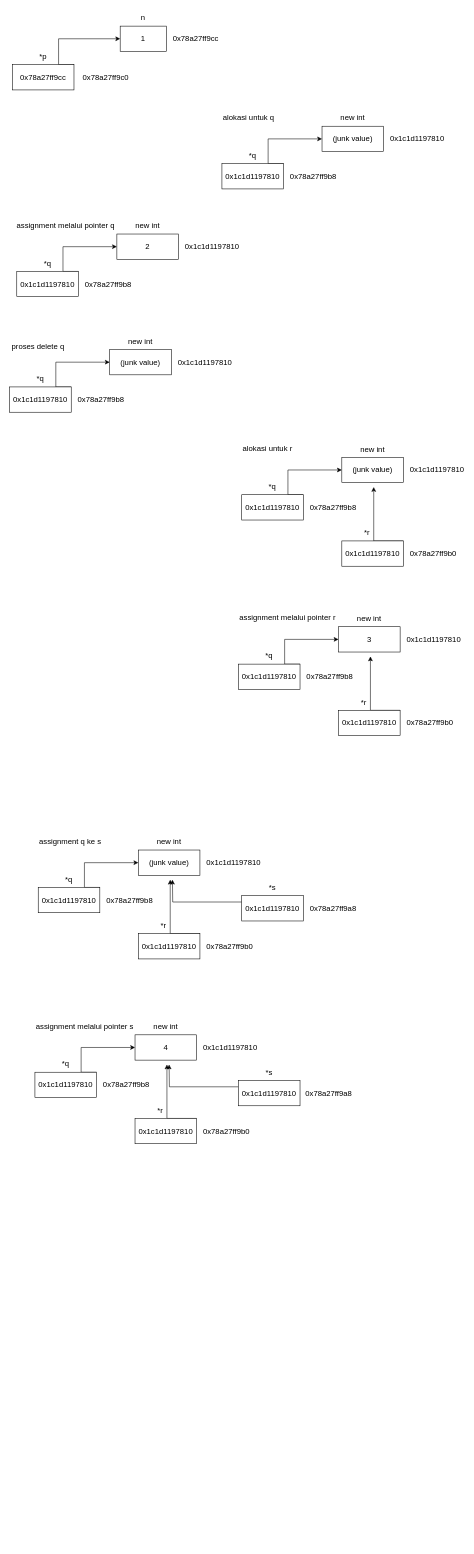
Above: tugas-011/Pointer.drawio in HarisHerdiansyah/tugas-alprog (draw.io), before the change. Source tidied: cells renumbered, new cells numbered last; positions are measured from the earlier drawing's top-left corner, leaving out a move shared by most shapes. Both pictures are drawn from the tidied source at 55%, with x=0, y=0 at pixel (9, 9).
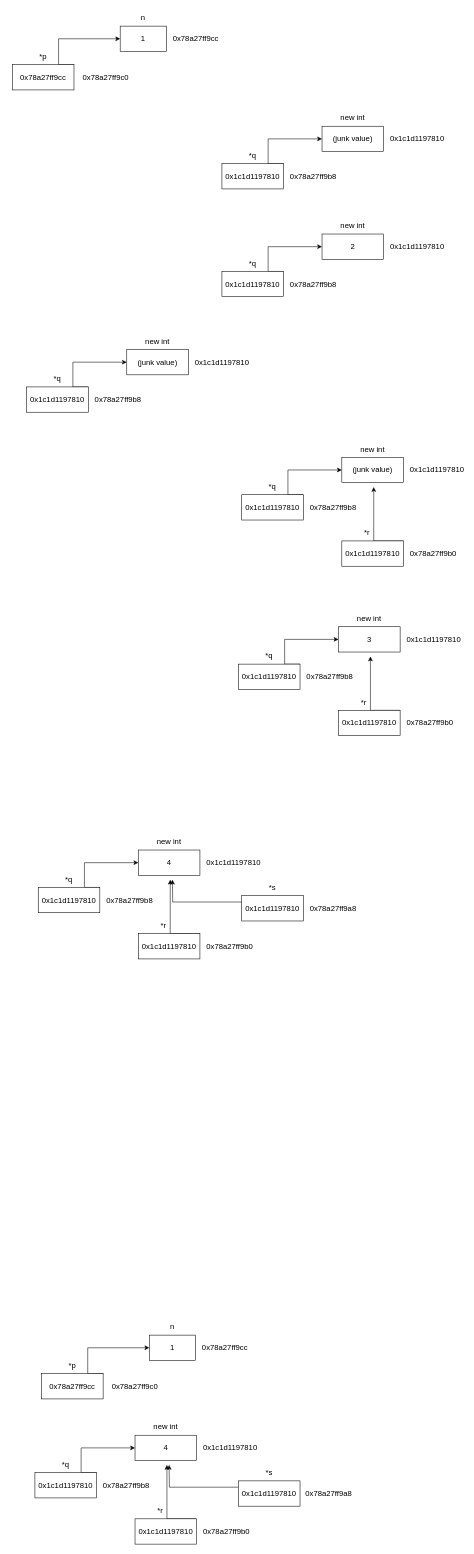
Above is the later version.

Diff of the diagram source:
```diff
@@
-    <mxCell id="11" value="&lt;span style=&quot;font-size: 14px;&quot;&gt;alokasi untuk q&lt;/span&gt;" style="text;html=1;align=left;verticalAlign=middle;strokeColor=none;fillColor=none;" parent="1" vertex="1">
-      <mxGeometry x="386" y="182" width="126" height="28" as="geometry" />
-    </mxCell>
@@
-    <mxCell id="21" value="&lt;span style=&quot;font-size: 14px;&quot;&gt;assignment melalui pointer q&lt;/span&gt;" style="text;html=1;align=left;verticalAlign=middle;strokeColor=none;fillColor=none;" parent="1" vertex="1">
-      <mxGeometry x="11" y="378" width="210" height="28" as="geometry" />
-    </mxCell>
     <mxCell id="22" style="rounded=0;whiteSpace=wrap;html=1;fontSize=14;" parent="1" vertex="1">
-      <mxGeometry x="195" y="408" width="112" height="46" as="geometry" />
+      <mxGeometry x="568" y="408" width="112" height="46" as="geometry" />
     </mxCell>
     <mxCell id="23" value="&lt;div style=&quot;text-align: left;&quot;&gt;&lt;span style=&quot;background-color: initial; font-size: 14px;&quot;&gt;2&lt;/span&gt;&lt;/div&gt;" style="text;html=1;align=center;verticalAlign=middle;whiteSpace=wrap;rounded=0;" parent="1" vertex="1">
-      <mxGeometry x="201" y="416" width="100" height="30" as="geometry" />
+      <mxGeometry x="574" y="416" width="100" height="30" as="geometry" />
     </mxCell>
     <mxCell id="24" value="&lt;span style=&quot;font-size: 14px;&quot;&gt;new int&lt;/span&gt;" style="text;html=1;align=center;verticalAlign=middle;whiteSpace=wrap;rounded=0;" parent="1" vertex="1">
-      <mxGeometry x="221" y="378" width="60" height="30" as="geometry" />
+      <mxGeometry x="594" y="378" width="60" height="30" as="geometry" />
     </mxCell>
     <mxCell id="25" value="&lt;span style=&quot;font-size: 14px;&quot;&gt;0x1c1d1197810&lt;/span&gt;" style="text;html=1;align=left;verticalAlign=middle;whiteSpace=wrap;rounded=0;" parent="1" vertex="1">
-      <mxGeometry x="317" y="416" width="88" height="30" as="geometry" />
+      <mxGeometry x="690" y="416" width="88" height="30" as="geometry" />
     </mxCell>
     <mxCell id="26" style="edgeStyle=orthogonalEdgeStyle;rounded=0;jettySize=auto;html=1;exitX=1;exitY=0;exitDx=0;exitDy=0;entryX=0;entryY=0.5;entryDx=0;entryDy=0;" parent="1" edge="1" source="27" target="22">
       <mxGeometry relative="1" as="geometry">
         <Array as="points">
-          <mxPoint x="97" y="476" />
-          <mxPoint x="97" y="431" />
+          <mxPoint x="470" y="476" />
+          <mxPoint x="470" y="431" />
         </Array>
       </mxGeometry>
     </mxCell>
     <mxCell id="27" style="rounded=0;whiteSpace=wrap;html=1;fontSize=14;" parent="1" vertex="1">
-      <mxGeometry x="13" y="476" width="112" height="46" as="geometry" />
+      <mxGeometry x="386" y="476" width="112" height="46" as="geometry" />
     </mxCell>
     <mxCell id="28" value="&lt;div style=&quot;text-align: left;&quot;&gt;&lt;span style=&quot;font-size: 14px;&quot;&gt;0x1c1d1197810&lt;/span&gt;&lt;/div&gt;" style="text;html=1;align=center;verticalAlign=middle;whiteSpace=wrap;rounded=0;" parent="1" vertex="1">
-      <mxGeometry x="19" y="484" width="100" height="30" as="geometry" />
+      <mxGeometry x="392" y="484" width="100" height="30" as="geometry" />
     </mxCell>
     <mxCell id="29" value="&lt;span style=&quot;font-size: 14px;&quot;&gt;*q&lt;/span&gt;" style="text;html=1;align=center;verticalAlign=middle;whiteSpace=wrap;rounded=0;" parent="1" vertex="1">
-      <mxGeometry x="39" y="446" width="60" height="30" as="geometry" />
+      <mxGeometry x="412" y="446" width="60" height="30" as="geometry" />
     </mxCell>
     <mxCell id="30" value="&lt;span style=&quot;font-size: 14px;&quot;&gt;0x78a27ff9b8&lt;/span&gt;" style="text;html=1;align=left;verticalAlign=middle;whiteSpace=wrap;rounded=0;" parent="1" vertex="1">
-      <mxGeometry x="135" y="484" width="88" height="30" as="geometry" />
+      <mxGeometry x="508" y="484" width="88" height="30" as="geometry" />
     </mxCell>
-    <mxCell id="31" value="&lt;span style=&quot;font-size: 14px;&quot;&gt;proses delete q&lt;/span&gt;" style="text;html=1;align=left;verticalAlign=middle;strokeColor=none;fillColor=none;" parent="1" vertex="1">
-      <mxGeometry x="2" y="598" width="126" height="28" as="geometry" />
-    </mxCell>
     <mxCell id="32" style="rounded=0;whiteSpace=wrap;html=1;fontSize=14;" parent="1" vertex="1">
-      <mxGeometry x="182" y="618" width="112" height="46" as="geometry" />
+      <mxGeometry x="213" y="618" width="112" height="46" as="geometry" />
     </mxCell>
     <mxCell id="33" value="&lt;div style=&quot;text-align: left;&quot;&gt;&lt;span style=&quot;font-size: 14px;&quot;&gt;(junk value)&lt;/span&gt;&lt;/div&gt;" style="text;html=1;align=center;verticalAlign=middle;whiteSpace=wrap;rounded=0;" parent="1" vertex="1">
-      <mxGeometry x="188" y="626" width="100" height="30" as="geometry" />
+      <mxGeometry x="219" y="626" width="100" height="30" as="geometry" />
     </mxCell>
     <mxCell id="34" value="&lt;span style=&quot;font-size: 14px;&quot;&gt;new int&lt;/span&gt;" style="text;html=1;align=center;verticalAlign=middle;whiteSpace=wrap;rounded=0;" parent="1" vertex="1">
-      <mxGeometry x="208" y="588" width="60" height="30" as="geometry" />
+      <mxGeometry x="239" y="588" width="60" height="30" as="geometry" />
     </mxCell>
     <mxCell id="35" value="&lt;span style=&quot;font-size: 14px;&quot;&gt;0x1c1d1197810&lt;/span&gt;" style="text;html=1;align=left;verticalAlign=middle;whiteSpace=wrap;rounded=0;" parent="1" vertex="1">
-      <mxGeometry x="304" y="626" width="88" height="30" as="geometry" />
+      <mxGeometry x="335" y="626" width="88" height="30" as="geometry" />
     </mxCell>
     <mxCell id="36" style="edgeStyle=orthogonalEdgeStyle;rounded=0;jettySize=auto;html=1;exitX=1;exitY=0;exitDx=0;exitDy=0;entryX=0;entryY=0.5;entryDx=0;entryDy=0;" parent="1" edge="1" source="37" target="32">
       <mxGeometry relative="1" as="geometry">
         <Array as="points">
-          <mxPoint x="84" y="686" />
-          <mxPoint x="84" y="641" />
+          <mxPoint x="115" y="686" />
+          <mxPoint x="115" y="641" />
         </Array>
       </mxGeometry>
     </mxCell>
     <mxCell id="37" style="rounded=0;whiteSpace=wrap;html=1;fontSize=14;" parent="1" vertex="1">
-      <mxGeometry y="686" width="112" height="46" as="geometry" />
+      <mxGeometry x="31" y="686" width="112" height="46" as="geometry" />
     </mxCell>
     <mxCell id="38" value="&lt;div style=&quot;text-align: left;&quot;&gt;&lt;span style=&quot;font-size: 14px;&quot;&gt;0x1c1d1197810&lt;/span&gt;&lt;/div&gt;" style="text;html=1;align=center;verticalAlign=middle;whiteSpace=wrap;rounded=0;" parent="1" vertex="1">
-      <mxGeometry x="6" y="694" width="100" height="30" as="geometry" />
+      <mxGeometry x="37" y="694" width="100" height="30" as="geometry" />
     </mxCell>
     <mxCell id="39" value="&lt;span style=&quot;font-size: 14px;&quot;&gt;*q&lt;/span&gt;" style="text;html=1;align=center;verticalAlign=middle;whiteSpace=wrap;rounded=0;" parent="1" vertex="1">
-      <mxGeometry x="26" y="656" width="60" height="30" as="geometry" />
+      <mxGeometry x="57" y="656" width="60" height="30" as="geometry" />
     </mxCell>
     <mxCell id="40" value="&lt;span style=&quot;font-size: 14px;&quot;&gt;0x78a27ff9b8&lt;/span&gt;" style="text;html=1;align=left;verticalAlign=middle;whiteSpace=wrap;rounded=0;" parent="1" vertex="1">
-      <mxGeometry x="122" y="694" width="88" height="30" as="geometry" />
+      <mxGeometry x="153" y="694" width="88" height="30" as="geometry" />
     </mxCell>
-    <mxCell id="41" value="&lt;span style=&quot;font-size: 14px;&quot;&gt;alokasi untuk r&lt;/span&gt;" style="text;html=1;align=left;verticalAlign=middle;strokeColor=none;fillColor=none;" parent="1" vertex="1">
-      <mxGeometry x="422" y="784" width="126" height="28" as="geometry" />
-    </mxCell>
@@
-    <mxCell id="56" value="&lt;span style=&quot;font-size: 14px;&quot;&gt;assignment melalui pointer r&lt;/span&gt;" style="text;html=1;align=left;verticalAlign=middle;strokeColor=none;fillColor=none;" parent="1" vertex="1">
-      <mxGeometry x="416" y="1092" width="210" height="28" as="geometry" />
-    </mxCell>
@@
-    <mxCell id="71" value="&lt;span style=&quot;font-size: 14px;&quot;&gt;assignment q ke s&lt;/span&gt;" style="text;html=1;align=left;verticalAlign=middle;strokeColor=none;fillColor=none;" parent="1" vertex="1">
-      <mxGeometry x="52" y="1498" width="140" height="28" as="geometry" />
-    </mxCell>
@@
-    <mxCell id="73" value="&lt;div style=&quot;text-align: left;&quot;&gt;&lt;span style=&quot;background-color: initial; font-size: 14px;&quot;&gt;(junk value)&lt;/span&gt;&lt;/div&gt;" style="text;html=1;align=center;verticalAlign=middle;whiteSpace=wrap;rounded=0;" parent="1" vertex="1">
+    <mxCell id="73" value="&lt;div style=&quot;text-align: left;&quot;&gt;&lt;span style=&quot;background-color: initial; font-size: 14px;&quot;&gt;4&lt;/span&gt;&lt;/div&gt;" style="text;html=1;align=center;verticalAlign=middle;whiteSpace=wrap;rounded=0;" parent="1" vertex="1">
       <mxGeometry x="240" y="1536" width="100" height="30" as="geometry" />
     </mxCell>
@@
-    <mxCell id="91" value="&lt;span style=&quot;font-size: 14px;&quot;&gt;assignment melalui pointer s&lt;/span&gt;" style="text;html=1;align=left;verticalAlign=middle;strokeColor=none;fillColor=none;" parent="1" vertex="1">
-      <mxGeometry x="46" y="1834" width="210" height="28" as="geometry" />
-    </mxCell>
     <mxCell id="92" style="rounded=0;whiteSpace=wrap;html=1;fontSize=14;" parent="1" vertex="1">
-      <mxGeometry x="228" y="1864" width="112" height="46" as="geometry" />
+      <mxGeometry x="228" y="2592" width="112" height="46" as="geometry" />
     </mxCell>
     <mxCell id="93" value="&lt;div style=&quot;text-align: left;&quot;&gt;&lt;span style=&quot;background-color: initial; font-size: 14px;&quot;&gt;4&lt;/span&gt;&lt;/div&gt;" style="text;html=1;align=center;verticalAlign=middle;whiteSpace=wrap;rounded=0;" parent="1" vertex="1">
-      <mxGeometry x="234" y="1872" width="100" height="30" as="geometry" />
+      <mxGeometry x="234" y="2600" width="100" height="30" as="geometry" />
     </mxCell>
     <mxCell id="94" value="&lt;span style=&quot;font-size: 14px;&quot;&gt;new int&lt;/span&gt;" style="text;html=1;align=center;verticalAlign=middle;whiteSpace=wrap;rounded=0;" parent="1" vertex="1">
-      <mxGeometry x="254" y="1834" width="60" height="30" as="geometry" />
+      <mxGeometry x="254" y="2562" width="60" height="30" as="geometry" />
     </mxCell>
     <mxCell id="95" value="&lt;span style=&quot;font-size: 14px;&quot;&gt;0x1c1d1197810&lt;/span&gt;" style="text;html=1;align=left;verticalAlign=middle;whiteSpace=wrap;rounded=0;" parent="1" vertex="1">
-      <mxGeometry x="350" y="1872" width="88" height="30" as="geometry" />
+      <mxGeometry x="350" y="2600" width="88" height="30" as="geometry" />
     </mxCell>
     <mxCell id="96" style="edgeStyle=orthogonalEdgeStyle;rounded=0;jettySize=auto;html=1;exitX=1;exitY=0;exitDx=0;exitDy=0;entryX=0;entryY=0.5;entryDx=0;entryDy=0;" parent="1" edge="1" source="97" target="92">
       <mxGeometry relative="1" as="geometry">
         <Array as="points">
-          <mxPoint x="130" y="1932" />
-          <mxPoint x="130" y="1887" />
+          <mxPoint x="130" y="2660" />
+          <mxPoint x="130" y="2615" />
         </Array>
       </mxGeometry>
     </mxCell>
     <mxCell id="97" style="rounded=0;whiteSpace=wrap;html=1;fontSize=14;" parent="1" vertex="1">
-      <mxGeometry x="46" y="1932" width="112" height="46" as="geometry" />
+      <mxGeometry x="46" y="2660" width="112" height="46" as="geometry" />
     </mxCell>
     <mxCell id="98" value="&lt;div style=&quot;text-align: left;&quot;&gt;&lt;span style=&quot;font-size: 14px;&quot;&gt;0x1c1d1197810&lt;/span&gt;&lt;/div&gt;" style="text;html=1;align=center;verticalAlign=middle;whiteSpace=wrap;rounded=0;" parent="1" vertex="1">
-      <mxGeometry x="52" y="1940" width="100" height="30" as="geometry" />
+      <mxGeometry x="52" y="2668" width="100" height="30" as="geometry" />
     </mxCell>
     <mxCell id="99" value="&lt;span style=&quot;font-size: 14px;&quot;&gt;*q&lt;/span&gt;" style="text;html=1;align=center;verticalAlign=middle;whiteSpace=wrap;rounded=0;" parent="1" vertex="1">
-      <mxGeometry x="72" y="1902" width="60" height="30" as="geometry" />
+      <mxGeometry x="72" y="2630" width="60" height="30" as="geometry" />
     </mxCell>
     <mxCell id="100" value="&lt;span style=&quot;font-size: 14px;&quot;&gt;0x78a27ff9b8&lt;/span&gt;" style="text;html=1;align=left;verticalAlign=middle;whiteSpace=wrap;rounded=0;" parent="1" vertex="1">
-      <mxGeometry x="168" y="1940" width="88" height="30" as="geometry" />
+      <mxGeometry x="168" y="2668" width="88" height="30" as="geometry" />
     </mxCell>
     <mxCell id="101" style="edgeStyle=orthogonalEdgeStyle;rounded=0;jettySize=auto;html=1;exitX=1;exitY=0;exitDx=0;exitDy=0;" parent="1" edge="1" source="102">
       <mxGeometry relative="1" as="geometry">
-        <mxPoint x="286" y="1918" as="targetPoint" />
+        <mxPoint x="286" y="2646" as="targetPoint" />
         <Array as="points">
-          <mxPoint x="286" y="2016" />
+          <mxPoint x="286" y="2744" />
         </Array>
       </mxGeometry>
     </mxCell>
     <mxCell id="102" style="rounded=0;whiteSpace=wrap;html=1;fontSize=14;" parent="1" vertex="1">
-      <mxGeometry x="228" y="2016" width="112" height="46" as="geometry" />
+      <mxGeometry x="228" y="2744" width="112" height="46" as="geometry" />
     </mxCell>
     <mxCell id="103" value="&lt;div style=&quot;text-align: left;&quot;&gt;&lt;span style=&quot;font-size: 14px;&quot;&gt;0x1c1d1197810&lt;/span&gt;&lt;/div&gt;" style="text;html=1;align=center;verticalAlign=middle;whiteSpace=wrap;rounded=0;" parent="1" vertex="1">
-      <mxGeometry x="234" y="2024" width="100" height="30" as="geometry" />
+      <mxGeometry x="234" y="2752" width="100" height="30" as="geometry" />
     </mxCell>
     <mxCell id="104" value="&lt;span style=&quot;font-size: 14px;&quot;&gt;0x78a27ff9b0&lt;/span&gt;" style="text;html=1;align=left;verticalAlign=middle;whiteSpace=wrap;rounded=0;" parent="1" vertex="1">
-      <mxGeometry x="350" y="2024" width="88" height="30" as="geometry" />
+      <mxGeometry x="350" y="2752" width="88" height="30" as="geometry" />
     </mxCell>
     <mxCell id="105" value="&lt;span style=&quot;font-size: 14px;&quot;&gt;*r&lt;/span&gt;" style="text;html=1;align=center;verticalAlign=middle;whiteSpace=wrap;rounded=0;" parent="1" vertex="1">
-      <mxGeometry x="244" y="1986" width="60" height="30" as="geometry" />
+      <mxGeometry x="244" y="2714" width="60" height="30" as="geometry" />
     </mxCell>
     <mxCell id="106" style="edgeStyle=orthogonalEdgeStyle;rounded=0;jettySize=auto;html=1;exitX=0;exitY=0.25;exitDx=0;exitDy=0;" parent="1" edge="1" source="107">
       <mxGeometry relative="1" as="geometry">
-        <mxPoint x="290" y="1918" as="targetPoint" />
+        <mxPoint x="290" y="2646" as="targetPoint" />
       </mxGeometry>
     </mxCell>
     <mxCell id="107" style="rounded=0;whiteSpace=wrap;html=1;fontSize=14;" parent="1" vertex="1">
-      <mxGeometry x="416" y="1947" width="112" height="46" as="geometry" />
+      <mxGeometry x="416" y="2675" width="112" height="46" as="geometry" />
     </mxCell>
     <mxCell id="108" value="&lt;div style=&quot;text-align: left;&quot;&gt;&lt;span style=&quot;font-size: 14px;&quot;&gt;0x1c1d1197810&lt;/span&gt;&lt;/div&gt;" style="text;html=1;align=center;verticalAlign=middle;whiteSpace=wrap;rounded=0;" parent="1" vertex="1">
-      <mxGeometry x="422" y="1955" width="100" height="30" as="geometry" />
+      <mxGeometry x="422" y="2683" width="100" height="30" as="geometry" />
     </mxCell>
     <mxCell id="109" value="&lt;span style=&quot;font-size: 14px;&quot;&gt;*s&lt;/span&gt;" style="text;html=1;align=center;verticalAlign=middle;whiteSpace=wrap;rounded=0;" parent="1" vertex="1">
-      <mxGeometry x="442" y="1917" width="60" height="30" as="geometry" />
+      <mxGeometry x="442" y="2645" width="60" height="30" as="geometry" />
     </mxCell>
     <mxCell id="110" value="&lt;span style=&quot;font-size: 14px;&quot;&gt;0x78a27ff9a8&lt;/span&gt;" style="text;html=1;align=left;verticalAlign=middle;whiteSpace=wrap;rounded=0;" parent="1" vertex="1">
-      <mxGeometry x="536" y="1955" width="88" height="30" as="geometry" />
+      <mxGeometry x="536" y="2683" width="88" height="30" as="geometry" />
     </mxCell>
+    <mxCell id="111" style="rounded=0;whiteSpace=wrap;html=1;fontSize=14;" parent="1" vertex="1">
+      <mxGeometry x="254" y="2410" width="84" height="46" as="geometry" />
+    </mxCell>
+    <mxCell id="112" value="&lt;span style=&quot;font-size: 14px;&quot;&gt;n&lt;/span&gt;" style="text;html=1;align=center;verticalAlign=middle;whiteSpace=wrap;rounded=0;" parent="1" vertex="1">
+      <mxGeometry x="266" y="2380" width="60" height="30" as="geometry" />
+    </mxCell>
+    <mxCell id="113" value="&lt;span style=&quot;font-size: 14px;&quot;&gt;1&lt;/span&gt;" style="text;html=1;align=center;verticalAlign=middle;whiteSpace=wrap;rounded=0;" parent="1" vertex="1">
+      <mxGeometry x="266" y="2418" width="60" height="30" as="geometry" />
+    </mxCell>
+    <mxCell id="114" value="&lt;span style=&quot;font-size: 14px;&quot;&gt;0x78a27ff9cc&lt;/span&gt;" style="text;html=1;align=left;verticalAlign=middle;whiteSpace=wrap;rounded=0;" parent="1" vertex="1">
+      <mxGeometry x="348" y="2418" width="88" height="30" as="geometry" />
+    </mxCell>
+    <mxCell id="115" style="edgeStyle=orthogonalEdgeStyle;rounded=0;jettySize=auto;html=1;exitX=1;exitY=0;exitDx=0;exitDy=0;entryX=0;entryY=0.5;entryDx=0;entryDy=0;" parent="1" edge="1" source="116" target="111">
+      <mxGeometry relative="1" as="geometry">
+        <Array as="points">
+          <mxPoint x="142" y="2480" />
+          <mxPoint x="142" y="2433" />
+        </Array>
+      </mxGeometry>
+    </mxCell>
+    <mxCell id="116" style="rounded=0;whiteSpace=wrap;html=1;fontSize=14;" parent="1" vertex="1">
+      <mxGeometry x="58" y="2480" width="112" height="46" as="geometry" />
+    </mxCell>
+    <mxCell id="117" value="&lt;span style=&quot;font-size: 14px;&quot;&gt;*p&lt;/span&gt;" style="text;html=1;align=center;verticalAlign=middle;whiteSpace=wrap;rounded=0;" parent="1" vertex="1">
+      <mxGeometry x="84" y="2450" width="60" height="30" as="geometry" />
+    </mxCell>
+    <mxCell id="118" value="&lt;span style=&quot;font-size: 14px; text-align: left;&quot;&gt;0x78a27ff9cc&lt;/span&gt;" style="text;html=1;align=center;verticalAlign=middle;whiteSpace=wrap;rounded=0;" parent="1" vertex="1">
+      <mxGeometry x="64" y="2488" width="100" height="30" as="geometry" />
+    </mxCell>
+    <mxCell id="119" value="&lt;span style=&quot;font-size: 14px;&quot;&gt;0x78a27ff9c0&lt;/span&gt;" style="text;html=1;align=left;verticalAlign=middle;whiteSpace=wrap;rounded=0;" parent="1" vertex="1">
+      <mxGeometry x="184" y="2488" width="98" height="30" as="geometry" />
+    </mxCell>
```
